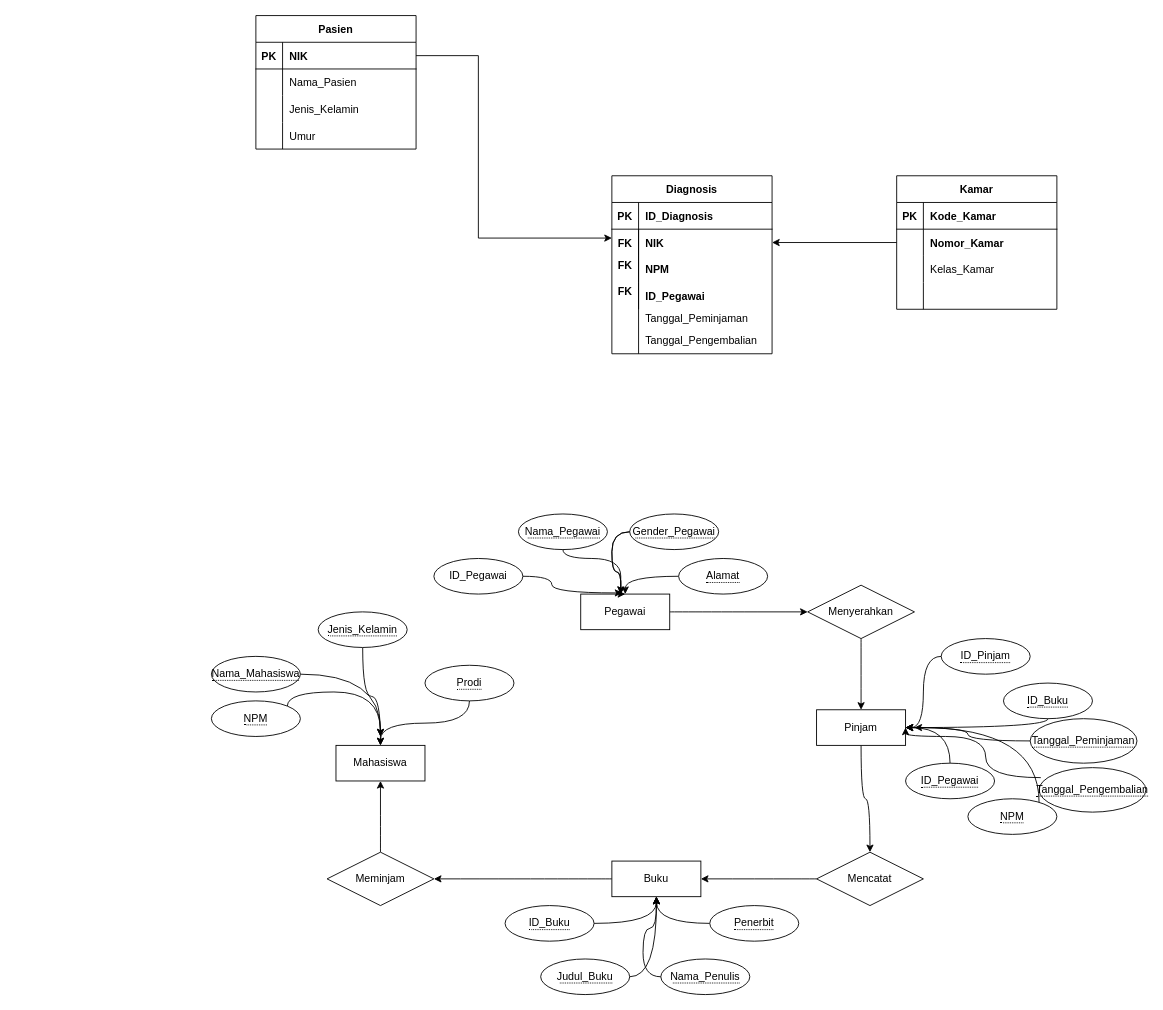
Earlier version of the draw.io diagram Rumah Sakit.drawio (lukmanprasetyo/Business-Model-Canvas-BMC-). Source tidied: cells renumbered, new cells numbered last; positions are measured from the earlier drawing's top-left corner, leaving out a move shared by most shapes. Both pictures are drawn from the tidied source at 89%, with x=0, y=0 at pixel (211, 15).
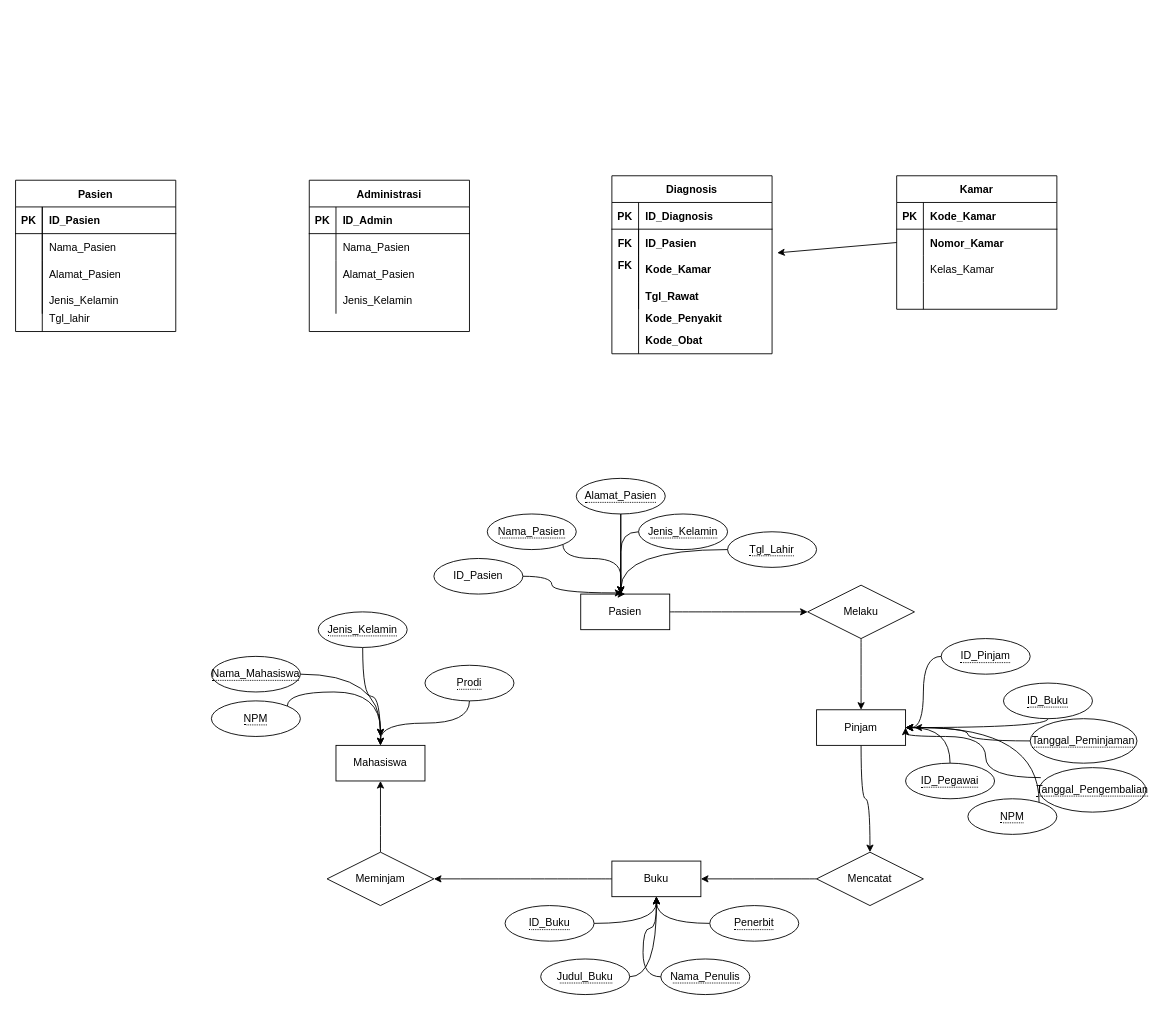
The same page after the edit.

The change refers to these unchanged cells:
```xml
<mxCell id="8" style="shape=tableRow;horizontal=0;startSize=0;swimlaneHead=0;swimlaneBody=0;fillColor=none;points=[[0,0.5],[1,0.5]];portConstraint=eastwest;top=0;left=0;right=0;bottom=0;" parent="4" vertex="1">
  <mxGeometry y="60" width="180" height="30" as="geometry" />
</mxCell>
<mxCell id="11" style="shape=tableRow;horizontal=0;startSize=0;swimlaneHead=0;swimlaneBody=0;fillColor=none;points=[[0,0.5],[1,0.5]];portConstraint=eastwest;top=0;left=0;right=0;bottom=0;" parent="4" vertex="1">
  <mxGeometry y="90" width="180" height="30" as="geometry" />
</mxCell>
<mxCell id="14" style="shape=tableRow;horizontal=0;startSize=0;swimlaneHead=0;swimlaneBody=0;fillColor=none;top=0;left=0;right=0;bottom=0;" parent="4" vertex="1">
  <mxGeometry y="120" width="180" height="30" as="geometry" />
</mxCell>
<mxCell id="25" style="shape=tableRow;horizontal=0;startSize=0;swimlaneHead=0;swimlaneBody=0;fillColor=none;top=0;left=0;right=0;bottom=1;" parent="24" vertex="1">
  <mxGeometry y="30" width="180" height="30" as="geometry" />
</mxCell>
<mxCell id="31" style="shape=tableRow;horizontal=0;startSize=0;swimlaneHead=0;swimlaneBody=0;fillColor=none;top=0;left=0;right=0;bottom=0;" parent="24" vertex="1">
  <mxGeometry y="90" width="180" height="30" as="geometry" />
</mxCell>
<mxCell id="34" style="shape=tableRow;horizontal=0;startSize=0;swimlaneHead=0;swimlaneBody=0;fillColor=none;top=0;left=0;right=0;bottom=0;" parent="24" vertex="1">
  <mxGeometry y="120" width="180" height="30" as="geometry" />
</mxCell>
<mxCell id="41" style="shape=tableRow;horizontal=0;startSize=0;swimlaneHead=0;swimlaneBody=0;fillColor=none;points=[[0,0.5],[1,0.5]];portConstraint=eastwest;top=0;left=0;right=0;bottom=0;" parent="37" vertex="1">
  <mxGeometry y="60" width="180" height="30" as="geometry" />
</mxCell>
```

What changed in the source:
```diff
@@
-    <mxCell id="10" value="NIK" style="shape=partialRectangle;fillColor=none;top=0;left=0;bottom=0;right=0;align=left;spacingLeft=6;overflow=hidden;fontStyle=1;" parent="8" vertex="1">
+    <mxCell id="10" value="ID_Pasien" style="shape=partialRectangle;fillColor=none;top=0;left=0;bottom=0;right=0;align=left;spacingLeft=6;overflow=hidden;fontStyle=1;" parent="8" vertex="1">
       <mxGeometry x="30" width="150" height="30" as="geometry" />
     </mxCell>
@@
-    <mxCell id="13" value="NPM" style="shape=partialRectangle;fillColor=none;top=0;left=0;bottom=0;right=0;align=left;spacingLeft=6;overflow=hidden;fontStyle=1;" parent="11" vertex="1">
+    <mxCell id="13" value="Kode_Kamar" style="shape=partialRectangle;fillColor=none;top=0;left=0;bottom=0;right=0;align=left;spacingLeft=6;overflow=hidden;fontStyle=1;" parent="11" vertex="1">
       <mxGeometry x="30" width="150" height="30" as="geometry" />
     </mxCell>
@@
-    <mxCell id="16" value="ID_Pegawai" style="shape=partialRectangle;fillColor=none;top=0;left=0;bottom=0;right=0;align=left;spacingLeft=6;overflow=hidden;fontStyle=1;" parent="14" vertex="1">
+    <mxCell id="16" value="Tgl_Rawat" style="shape=partialRectangle;fillColor=none;top=0;left=0;bottom=0;right=0;align=left;spacingLeft=6;overflow=hidden;fontStyle=1;" parent="14" vertex="1">
       <mxGeometry x="30" width="150" height="30" as="geometry" />
     </mxCell>
@@
-    <mxCell id="18" value="Tanggal_Peminjaman" style="shape=partialRectangle;fillColor=none;top=0;left=0;bottom=0;right=0;align=left;spacingLeft=6;overflow=hidden;" parent="1" vertex="1">
+    <mxCell id="18" value="Kode_Penyakit" style="shape=partialRectangle;fillColor=none;top=0;left=0;bottom=0;right=0;align=left;spacingLeft=6;overflow=hidden;fontStyle=1;" parent="1" vertex="1">
       <mxGeometry x="480" y="325" width="150" height="30" as="geometry" />
     </mxCell>
-    <mxCell id="19" value="Tanggal_Pengembalian" style="shape=partialRectangle;fillColor=none;top=0;left=0;bottom=0;right=0;align=left;spacingLeft=6;overflow=hidden;" parent="1" vertex="1">
+    <mxCell id="19" value="Kode_Obat" style="shape=partialRectangle;fillColor=none;top=0;left=0;bottom=0;right=0;align=left;spacingLeft=6;overflow=hidden;fontStyle=1;" parent="1" vertex="1">
       <mxGeometry x="480" y="350" width="150" height="30" as="geometry" />
     </mxCell>
@@
-    <mxCell id="21" style="edgeStyle=orthogonalEdgeStyle;rounded=0;orthogonalLoop=1;jettySize=auto;html=1;exitX=1;exitY=0.5;exitDx=0;exitDy=0;" parent="1" edge="1">
-      <mxGeometry relative="1" as="geometry">
-        <mxPoint x="230" y="45" as="sourcePoint" />
-        <mxPoint x="450" y="250" as="targetPoint" />
-        <Array as="points">
-          <mxPoint x="300" y="45" />
-          <mxPoint x="300" y="250" />
-        </Array>
-      </mxGeometry>
-    </mxCell>
@@
-    <mxCell id="23" value="FK" style="shape=partialRectangle;fillColor=none;top=0;left=0;bottom=0;right=0;fontStyle=1;overflow=hidden;" parent="1" vertex="1">
-      <mxGeometry x="450" y="295" width="30" height="30" as="geometry" />
-    </mxCell>
     <mxCell id="24" value="Pasien" style="shape=table;startSize=30;childLayout=tableLayout;rowLines=0;fontStyle=1;align=center;" parent="1" vertex="1">
-      <mxGeometry x="50" width="180" height="150" as="geometry" />
+      <mxGeometry x="-220" y="185" width="180" height="170" as="geometry" />
     </mxCell>
@@
-    <mxCell id="27" value="NIK" style="shape=partialRectangle;fillColor=none;top=0;left=0;bottom=0;right=0;align=left;spacingLeft=6;fontStyle=1;overflow=hidden;" parent="25" vertex="1">
+    <mxCell id="27" value="ID_Pasien" style="shape=partialRectangle;fillColor=none;top=0;left=0;bottom=0;right=0;align=left;spacingLeft=6;fontStyle=1;overflow=hidden;" parent="25" vertex="1">
       <mxGeometry x="30" width="150" height="30" as="geometry" />
     </mxCell>
@@
-    <mxCell id="33" value="Jenis_Kelamin" style="shape=partialRectangle;fillColor=none;top=0;left=0;bottom=0;right=0;align=left;spacingLeft=6;overflow=hidden;" parent="31" vertex="1">
+    <mxCell id="33" value="Alamat_Pasien" style="shape=partialRectangle;fillColor=none;top=0;left=0;bottom=0;right=0;align=left;spacingLeft=6;overflow=hidden;" parent="31" vertex="1">
       <mxGeometry x="30" width="150" height="30" as="geometry" />
     </mxCell>
@@
-    <mxCell id="36" value="Umur" style="shape=partialRectangle;fillColor=none;top=0;left=0;bottom=0;right=0;align=left;spacingLeft=6;overflow=hidden;" parent="34" vertex="1">
+    <mxCell id="36" value="Jenis_Kelamin" style="shape=partialRectangle;fillColor=none;top=0;left=0;bottom=0;right=0;align=left;spacingLeft=6;overflow=hidden;" parent="34" vertex="1">
       <mxGeometry x="30" width="150" height="30" as="geometry" />
     </mxCell>
@@
-    <mxCell id="50" style="edgeStyle=orthogonalEdgeStyle;rounded=0;jettySize=auto;html=1;exitX=0;exitY=0.5;exitDx=0;exitDy=0;entryX=1;entryY=0.5;entryDx=0;entryDy=0;" parent="1" edge="1" source="41" target="8">
+    <mxCell id="50" style="rounded=0;jettySize=auto;html=1;exitX=0;exitY=0.5;exitDx=0;exitDy=0;entryX=1.032;entryY=-0.112;entryDx=0;entryDy=0;entryPerimeter=0;" parent="1" edge="1" source="41" target="11">
       <mxGeometry relative="1" as="geometry" />
     </mxCell>
@@
-    <mxCell id="52" value="Pegawai" style="whiteSpace=wrap;html=1;align=center;" parent="1" vertex="1">
+    <mxCell id="52" value="Pasien" style="whiteSpace=wrap;html=1;align=center;" parent="1" vertex="1">
       <mxGeometry x="415" y="650" width="100" height="40" as="geometry" />
     </mxCell>
@@
-    <mxCell id="56" value="Menyerahkan" style="shape=rhombus;perimeter=rhombusPerimeter;whiteSpace=wrap;html=1;align=center;" parent="1" vertex="1">
+    <mxCell id="56" value="Melaku" style="shape=rhombus;perimeter=rhombusPerimeter;whiteSpace=wrap;html=1;align=center;" parent="1" vertex="1">
       <mxGeometry x="670" y="640" width="120" height="60" as="geometry" />
     </mxCell>
@@
-    <mxCell id="65" value="ID_Pegawai" style="ellipse;whiteSpace=wrap;html=1;align=center;" parent="1" vertex="1">
+    <mxCell id="65" value="ID_Pasien" style="ellipse;whiteSpace=wrap;html=1;align=center;" parent="1" vertex="1">
       <mxGeometry x="250" y="610" width="100" height="40" as="geometry" />
     </mxCell>
@@
-    <mxCell id="67" value="&lt;span style=&quot;border-bottom: 1px dotted&quot;&gt;Nama_Pegawai&lt;/span&gt;" style="ellipse;whiteSpace=wrap;html=1;align=center;" parent="1" vertex="1">
-      <mxGeometry x="345" y="560" width="100" height="40" as="geometry" />
+    <mxCell id="67" value="&lt;span style=&quot;border-bottom: 1px dotted&quot;&gt;Nama_Pasien&lt;/span&gt;" style="ellipse;whiteSpace=wrap;html=1;align=center;" parent="1" vertex="1">
+      <mxGeometry x="310" y="560" width="100" height="40" as="geometry" />
     </mxCell>
@@
-    <mxCell id="69" value="&lt;span style=&quot;border-bottom: 1px dotted&quot;&gt;Gender_Pegawai&lt;/span&gt;" style="ellipse;whiteSpace=wrap;html=1;align=center;" parent="1" vertex="1">
-      <mxGeometry x="470" y="560" width="100" height="40" as="geometry" />
+    <mxCell id="69" value="&lt;span style=&quot;border-bottom: 1px dotted&quot;&gt;Alamat_Pasien&lt;/span&gt;" style="ellipse;whiteSpace=wrap;html=1;align=center;" parent="1" vertex="1">
+      <mxGeometry x="410" y="520" width="100" height="40" as="geometry" />
     </mxCell>
-    <mxCell id="70" style="edgeStyle=orthogonalEdgeStyle;curved=1;rounded=0;jettySize=auto;html=1;entryX=0.5;entryY=0;entryDx=0;entryDy=0;" parent="1" edge="1" source="71" target="52">
-      <mxGeometry relative="1" as="geometry" />
+    <mxCell id="70" style="edgeStyle=orthogonalEdgeStyle;curved=1;rounded=0;jettySize=auto;html=1;" parent="1" edge="1" source="71">
+      <mxGeometry relative="1" as="geometry">
+        <mxPoint x="460" y="650" as="targetPoint" />
+      </mxGeometry>
     </mxCell>
-    <mxCell id="71" value="&lt;span style=&quot;border-bottom: 1px dotted&quot;&gt;Alamat&lt;/span&gt;" style="ellipse;whiteSpace=wrap;html=1;align=center;" parent="1" vertex="1">
-      <mxGeometry x="525" y="610" width="100" height="40" as="geometry" />
+    <mxCell id="71" value="&lt;span style=&quot;border-bottom: 1px dotted&quot;&gt;Jenis_Kelamin&lt;/span&gt;" style="ellipse;whiteSpace=wrap;html=1;align=center;" parent="1" vertex="1">
+      <mxGeometry x="480" y="560" width="100" height="40" as="geometry" />
     </mxCell>
@@
+    <mxCell id="101" style="endArrow=none;html=1;rounded=0;" parent="1" edge="1">
+      <mxGeometry relative="1" as="geometry">
+        <mxPoint x="-190" y="215" as="sourcePoint" />
+        <mxPoint x="-190" y="355" as="targetPoint" />
+      </mxGeometry>
+    </mxCell>
+    <mxCell id="102" style="shape=tableRow;horizontal=0;startSize=0;swimlaneHead=0;swimlaneBody=0;fillColor=none;top=0;left=0;right=0;bottom=0;" parent="1" vertex="1">
+      <mxGeometry x="-220" y="325" width="180" height="30" as="geometry" />
+    </mxCell>
+    <mxCell id="103" style="shape=partialRectangle;fillColor=none;top=0;left=0;bottom=0;right=0;overflow=hidden;" parent="102" vertex="1">
+      <mxGeometry width="30" height="30" as="geometry" />
+    </mxCell>
+    <mxCell id="104" value="Tgl_lahir" style="shape=partialRectangle;fillColor=none;top=0;left=0;bottom=0;right=0;align=left;spacingLeft=6;overflow=hidden;" parent="102" vertex="1">
+      <mxGeometry x="30" width="150" height="30" as="geometry" />
+    </mxCell>
+    <mxCell id="105" value="&lt;span style=&quot;border-bottom: 1px dotted&quot;&gt;Tgl_Lahir&lt;/span&gt;" style="ellipse;whiteSpace=wrap;html=1;align=center;" parent="1" vertex="1">
+      <mxGeometry x="580" y="580" width="100" height="40" as="geometry" />
+    </mxCell>
+    <mxCell id="106" style="edgeStyle=orthogonalEdgeStyle;curved=1;rounded=0;jettySize=auto;html=1;exitX=0;exitY=0.5;exitDx=0;exitDy=0;" parent="1" edge="1" source="105">
+      <mxGeometry relative="1" as="geometry">
+        <mxPoint x="460" y="650" as="targetPoint" />
+      </mxGeometry>
+    </mxCell>
+    <mxCell id="107" value="Administrasi" style="shape=table;startSize=30;childLayout=tableLayout;rowLines=0;fontStyle=1;align=center;" parent="1" vertex="1">
+      <mxGeometry x="110" y="185" width="180" height="170" as="geometry" />
+    </mxCell>
+    <mxCell id="108" style="shape=tableRow;horizontal=0;startSize=0;swimlaneHead=0;swimlaneBody=0;fillColor=none;top=0;left=0;right=0;bottom=1;" parent="107" vertex="1">
+      <mxGeometry y="30" width="180" height="30" as="geometry" />
+    </mxCell>
+    <mxCell id="109" value="PK" style="shape=partialRectangle;fillColor=none;top=0;left=0;bottom=0;right=0;fontStyle=1;overflow=hidden;" parent="108" vertex="1">
+      <mxGeometry width="30" height="30" as="geometry" />
+    </mxCell>
+    <mxCell id="110" value="ID_Admin" style="shape=partialRectangle;fillColor=none;top=0;left=0;bottom=0;right=0;align=left;spacingLeft=6;fontStyle=1;overflow=hidden;" parent="108" vertex="1">
+      <mxGeometry x="30" width="150" height="30" as="geometry" />
+    </mxCell>
+    <mxCell id="111" style="shape=tableRow;horizontal=0;startSize=0;swimlaneHead=0;swimlaneBody=0;fillColor=none;top=0;left=0;right=0;bottom=0;" parent="107" vertex="1">
+      <mxGeometry y="60" width="180" height="30" as="geometry" />
+    </mxCell>
+    <mxCell id="112" style="shape=partialRectangle;fillColor=none;top=0;left=0;bottom=0;right=0;overflow=hidden;" parent="111" vertex="1">
+      <mxGeometry width="30" height="30" as="geometry" />
+    </mxCell>
+    <mxCell id="113" value="Nama_Pasien" style="shape=partialRectangle;fillColor=none;top=0;left=0;bottom=0;right=0;align=left;spacingLeft=6;overflow=hidden;" parent="111" vertex="1">
+      <mxGeometry x="30" width="150" height="30" as="geometry" />
+    </mxCell>
+    <mxCell id="114" style="shape=tableRow;horizontal=0;startSize=0;swimlaneHead=0;swimlaneBody=0;fillColor=none;top=0;left=0;right=0;bottom=0;" parent="107" vertex="1">
+      <mxGeometry y="90" width="180" height="30" as="geometry" />
+    </mxCell>
+    <mxCell id="115" style="shape=partialRectangle;fillColor=none;top=0;left=0;bottom=0;right=0;overflow=hidden;" parent="114" vertex="1">
+      <mxGeometry width="30" height="30" as="geometry" />
+    </mxCell>
+    <mxCell id="116" value="Alamat_Pasien" style="shape=partialRectangle;fillColor=none;top=0;left=0;bottom=0;right=0;align=left;spacingLeft=6;overflow=hidden;" parent="114" vertex="1">
+      <mxGeometry x="30" width="150" height="30" as="geometry" />
+    </mxCell>
+    <mxCell id="117" style="shape=tableRow;horizontal=0;startSize=0;swimlaneHead=0;swimlaneBody=0;fillColor=none;top=0;left=0;right=0;bottom=0;" parent="107" vertex="1">
+      <mxGeometry y="120" width="180" height="30" as="geometry" />
+    </mxCell>
+    <mxCell id="118" style="shape=partialRectangle;fillColor=none;top=0;left=0;bottom=0;right=0;overflow=hidden;" parent="117" vertex="1">
+      <mxGeometry width="30" height="30" as="geometry" />
+    </mxCell>
+    <mxCell id="119" value="Jenis_Kelamin" style="shape=partialRectangle;fillColor=none;top=0;left=0;bottom=0;right=0;align=left;spacingLeft=6;overflow=hidden;" parent="117" vertex="1">
+      <mxGeometry x="30" width="150" height="30" as="geometry" />
+    </mxCell>
```
